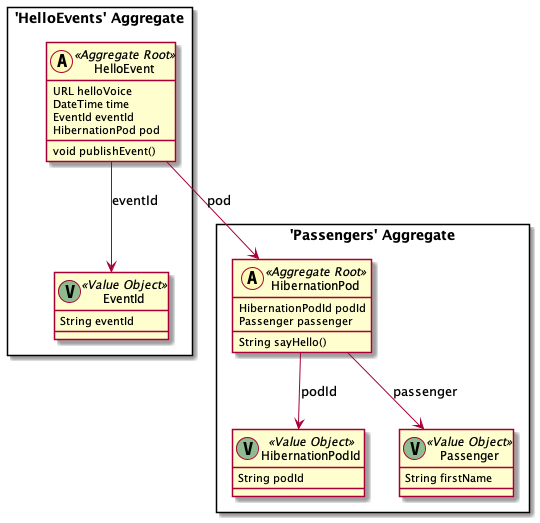
Earlier version of the PlantUML export out/src-gen/example_BC_ExampleContext/example_BC_ExampleContext.png (edward-mamezou/use-openapi-generator).
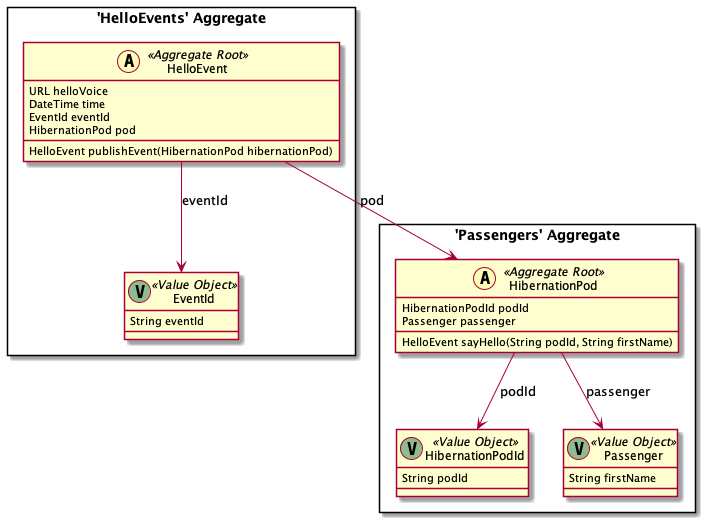
The same diagram one commit later.

The edit, as a diff of the source:
```diff
@@ -6,7 +6,7 @@
 	class HibernationPod <<(A,#fffab8) Aggregate Root>> {
 		HibernationPodId podId
 		Passenger passenger
-		String sayHello()
+		HelloEvent sayHello(String podId, String firstName)
 	}
 	class HibernationPodId <<(V,DarkSeaGreen) Value Object>> {
 		String podId
@@ -21,7 +21,7 @@
 		DateTime time
 		EventId eventId
 		HibernationPod pod
-		void publishEvent()
+		HelloEvent publishEvent(HibernationPod hibernationPod)
 	}
 	class EventId <<(V,DarkSeaGreen) Value Object>> {
 		String eventId
```
